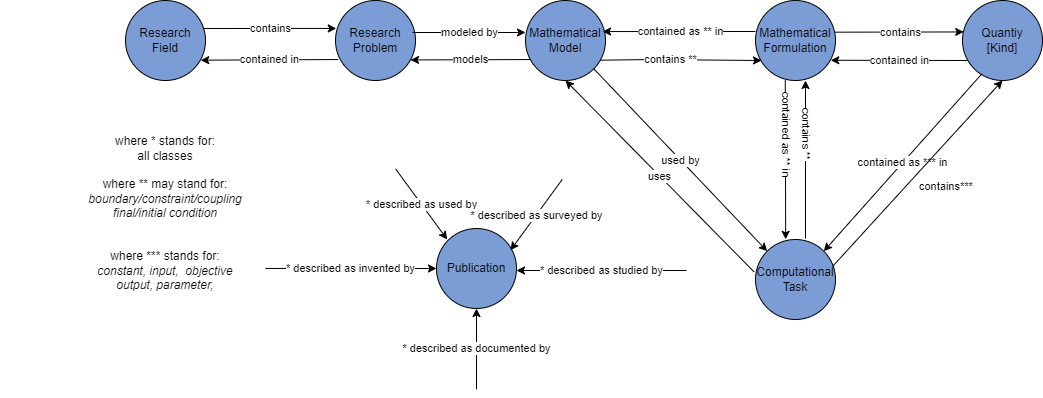
Before: docs/customSections/images/MathModDB.png, a diagram exported from draw.io (MaRDI4NFDI/MathModDB). Source tidied: cells renumbered, new cells last; positions are measured from the earlier drawing's top-left corner, leaving out a move shared by most shapes.
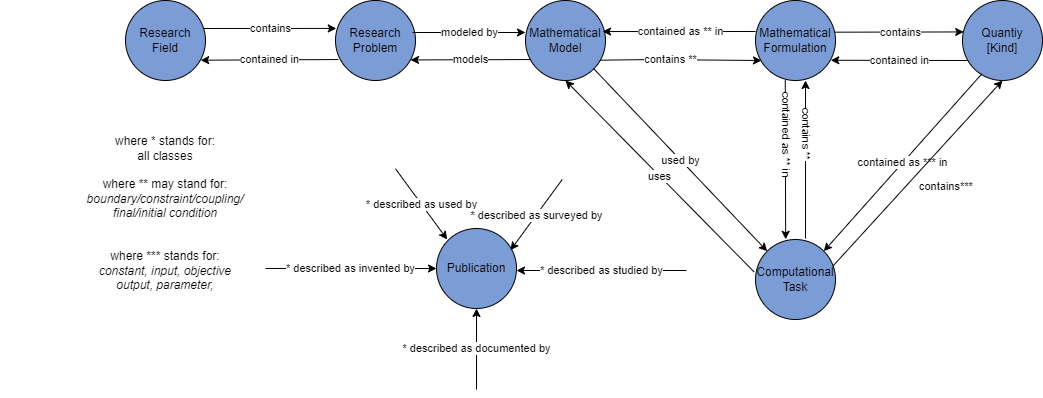
The same file after the commit.

Commit message:
small refinements in the pictur

What changed in the source:
```diff
@@ -98,7 +98,7 @@
         <mxPoint x="510" y="249.7" as="targetPoint" />
       </mxGeometry>
     </mxCell>
-    <mxCell id="27" value="where * stands for:&lt;br&gt;&lt;div&gt;all classes&lt;/div&gt;&lt;div&gt;&lt;br&gt;&lt;/div&gt;where ** may stand for:&lt;br&gt;&lt;i&gt;boundary/&lt;/i&gt;&lt;i&gt;constraint/coupling&lt;br&gt;&lt;/i&gt;&lt;i&gt;final/&lt;/i&gt;&lt;i style=&quot;background-color: transparent; color: light-dark(rgb(0, 0, 0), rgb(255, 255, 255));&quot;&gt;initial&amp;nbsp;&lt;/i&gt;&lt;i style=&quot;background-color: transparent; color: light-dark(rgb(0, 0, 0), rgb(255, 255, 255));&quot;&gt;condition&lt;/i&gt;&lt;div&gt;&lt;div&gt;&lt;i&gt;&lt;br&gt;&lt;/i&gt;&lt;div&gt;&lt;br&gt;&lt;/div&gt;&lt;div&gt;where *** stands for:&lt;/div&gt;&lt;i&gt;constant,&amp;nbsp;&lt;/i&gt;&lt;i&gt;input,&amp;nbsp;&lt;/i&gt;&lt;i style=&quot;background-color: transparent; color: light-dark(rgb(0, 0, 0), rgb(255, 255, 255));&quot;&gt;&amp;nbsp;objective&lt;/i&gt;&lt;/div&gt;&lt;div&gt;&lt;i style=&quot;background-color: transparent; color: light-dark(rgb(0, 0, 0), rgb(255, 255, 255));&quot;&gt;output, parameter,&lt;/i&gt;&lt;/div&gt;&lt;div&gt;&lt;i&gt;&lt;br&gt;&lt;/i&gt;&lt;/div&gt;&lt;/div&gt;" style="text;html=1;align=center;verticalAlign=middle;whiteSpace=wrap;rounded=0;" parent="1" vertex="1">
+    <mxCell id="27" value="where * stands for:&lt;br&gt;&lt;div&gt;all classes&lt;/div&gt;&lt;div&gt;&lt;br&gt;&lt;/div&gt;where ** may stand for:&lt;br&gt;&lt;i&gt;boundary/&lt;/i&gt;&lt;i&gt;constraint/coupling/&lt;br&gt;&lt;/i&gt;&lt;i&gt;final/&lt;/i&gt;&lt;i style=&quot;background-color: transparent; color: light-dark(rgb(0, 0, 0), rgb(255, 255, 255));&quot;&gt;initial&amp;nbsp;&lt;/i&gt;&lt;i style=&quot;background-color: transparent; color: light-dark(rgb(0, 0, 0), rgb(255, 255, 255));&quot;&gt;condition&lt;/i&gt;&lt;div&gt;&lt;div&gt;&lt;i&gt;&lt;br&gt;&lt;/i&gt;&lt;div&gt;&lt;br&gt;&lt;/div&gt;&lt;div&gt;where *** stands for:&lt;/div&gt;&lt;i&gt;constant,&amp;nbsp;&lt;/i&gt;&lt;i&gt;input,&amp;nbsp;&lt;/i&gt;&lt;i style=&quot;background-color: transparent; color: light-dark(rgb(0, 0, 0), rgb(255, 255, 255));&quot;&gt;objective&lt;/i&gt;&lt;/div&gt;&lt;div&gt;&lt;i style=&quot;background-color: transparent; color: light-dark(rgb(0, 0, 0), rgb(255, 255, 255));&quot;&gt;output, parameter,&lt;/i&gt;&lt;/div&gt;&lt;div&gt;&lt;i&gt;&lt;br&gt;&lt;/i&gt;&lt;/div&gt;&lt;/div&gt;" style="text;html=1;align=center;verticalAlign=middle;whiteSpace=wrap;rounded=0;" parent="1" vertex="1">
       <mxGeometry y="110" width="330" height="220" as="geometry" />
     </mxCell>
     <mxCell id="28" value="contain&lt;span style=&quot;background-color: light-dark(#ffffff, var(--ge-dark-color, #121212)); color: light-dark(rgb(0, 0, 0), rgb(255, 255, 255));&quot;&gt;ed as ** in&lt;/span&gt;" style="endArrow=classic;html=1;rounded=0;entryX=0.963;entryY=0.388;entryDx=0;entryDy=0;entryPerimeter=0;" parent="1" edge="1" target="4">
```
